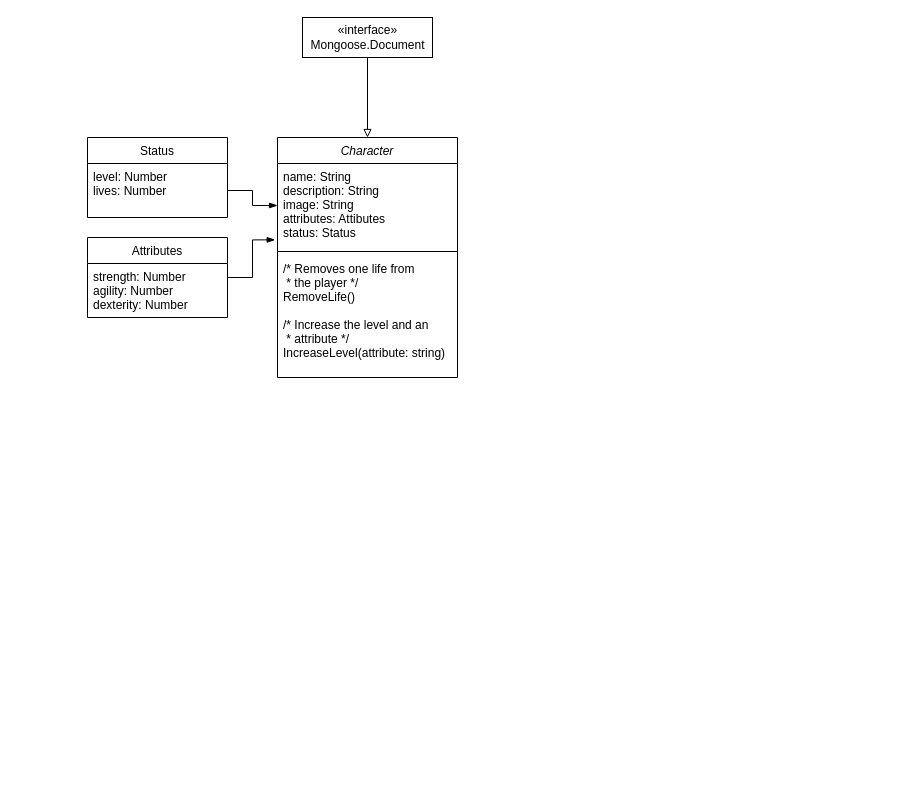
This is docs-src/assets/Diagrama-classes-personagens.drawio from Fdms-3741/AdventureGame, a draw.io file, before an edit. Source tidied: cells renumbered, new cells numbered last; positions are measured from the earlier drawing's top-left corner, leaving out a move shared by most shapes. Both pictures are drawn from the tidied source at 100%, with x=0, y=0 at pixel (87, 17).
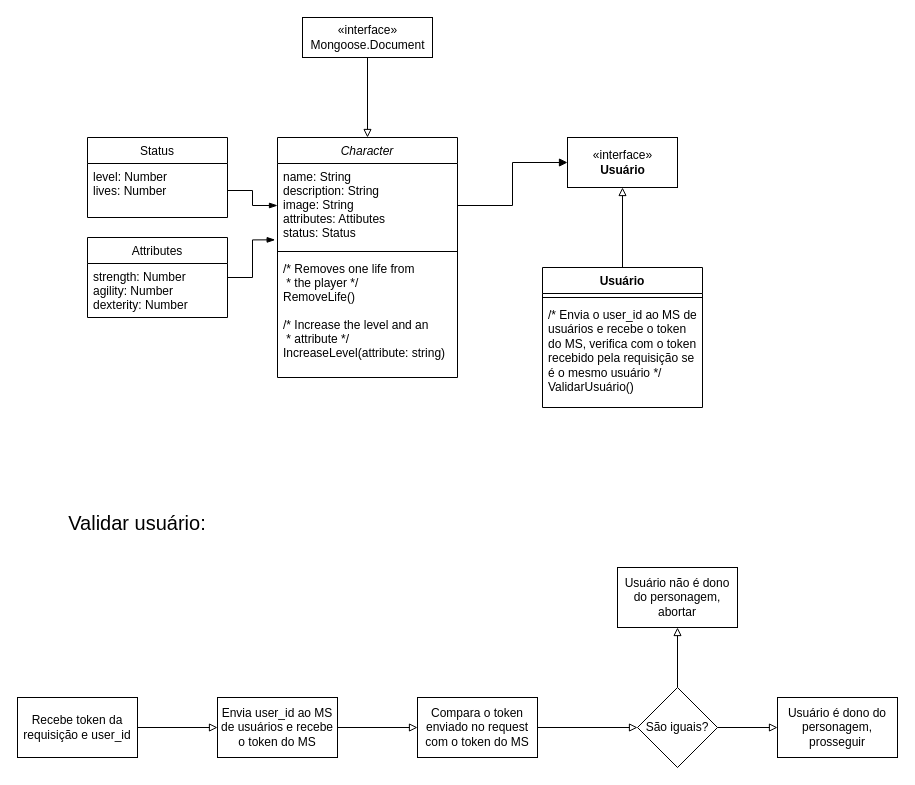
The same page after the edit.

Commit message (it also covers changes not shown here):
Implementa User, interfaces e teste

Unchanged cells that the change refers to:
```xml
<mxCell id="3" value="name: String&#10;description: String&#10;image: String&#10;attributes: Attibutes&#10;status: Status&#10;&#10;" style="text;align=left;verticalAlign=top;spacingLeft=4;spacingRight=4;overflow=hidden;points=[[0,0.5],[1,0.5]];portConstraint=eastwest;" parent="2" vertex="1">
  <mxGeometry y="26" width="180" height="84" as="geometry" />
</mxCell>
```

The edit, as a diff of the source:
```diff
@@
+    <mxCell id="14" style="edgeStyle=orthogonalEdgeStyle;rounded=0;html=1;endArrow=block;endFill=0;" parent="1" edge="1" source="15" target="18">
+      <mxGeometry relative="1" as="geometry" />
+    </mxCell>
+    <mxCell id="15" value="Usuário" style="swimlane;fontStyle=1;align=center;verticalAlign=top;horizontal=1;startSize=26;" parent="1" vertex="1">
+      <mxGeometry x="455" y="250" width="160" height="140" as="geometry" />
+    </mxCell>
+    <mxCell id="16" style="line;strokeWidth=1;fillColor=none;align=left;verticalAlign=middle;spacingTop=-1;spacingLeft=3;spacingRight=3;labelPosition=right;" parent="15" vertex="1">
+      <mxGeometry y="26" width="160" height="8" as="geometry" />
+    </mxCell>
+    <mxCell id="17" value="/* Envia o user_id ao MS de usuários e recebe o token do MS, verifica com o token recebido pela requisição se é o mesmo usuário */&#10;ValidarUsuário()" style="text;strokeColor=none;fillColor=none;align=left;verticalAlign=top;spacingLeft=4;spacingRight=4;overflow=hidden;whiteSpace=wrap;" parent="15" vertex="1">
+      <mxGeometry y="34" width="160" height="106" as="geometry" />
+    </mxCell>
+    <mxCell id="18" value="«interface»&lt;br&gt;&lt;b&gt;Usuário&lt;/b&gt;" style="html=1;" parent="1" vertex="1">
+      <mxGeometry x="480" y="120" width="110" height="50" as="geometry" />
+    </mxCell>
+    <mxCell id="19" style="edgeStyle=orthogonalEdgeStyle;html=1;entryX=0;entryY=0.5;entryDx=0;entryDy=0;rounded=0;endArrow=block;endFill=1;" parent="1" edge="1" source="3" target="18">
+      <mxGeometry relative="1" as="geometry" />
+    </mxCell>
+    <mxCell id="20" style="edgeStyle=orthogonalEdgeStyle;rounded=0;html=1;endArrow=block;endFill=0;" parent="1" edge="1" source="21" target="23">
+      <mxGeometry relative="1" as="geometry" />
+    </mxCell>
+    <mxCell id="21" value="Recebe token da requisição e user_id" style="rounded=0;whiteSpace=wrap;html=1;" parent="1" vertex="1">
+      <mxGeometry x="-70" y="680" width="120" height="60" as="geometry" />
+    </mxCell>
+    <mxCell id="22" style="edgeStyle=orthogonalEdgeStyle;rounded=0;html=1;endArrow=block;endFill=0;" parent="1" edge="1" source="23" target="25">
+      <mxGeometry relative="1" as="geometry" />
+    </mxCell>
+    <mxCell id="23" value="Envia user_id ao MS de usuários e recebe o token do MS" style="whiteSpace=wrap;html=1;rounded=0;" parent="1" vertex="1">
+      <mxGeometry x="130" y="680" width="120" height="60" as="geometry" />
+    </mxCell>
+    <mxCell id="24" style="edgeStyle=orthogonalEdgeStyle;rounded=0;html=1;endArrow=block;endFill=0;" parent="1" edge="1" source="25" target="28">
+      <mxGeometry relative="1" as="geometry" />
+    </mxCell>
+    <mxCell id="25" value="Compara o token enviado no request com o token do MS" style="whiteSpace=wrap;html=1;rounded=0;" parent="1" vertex="1">
+      <mxGeometry x="330" y="680" width="120" height="60" as="geometry" />
+    </mxCell>
+    <mxCell id="26" style="edgeStyle=orthogonalEdgeStyle;rounded=0;html=1;endArrow=block;endFill=0;" parent="1" edge="1" source="28" target="29">
+      <mxGeometry relative="1" as="geometry" />
+    </mxCell>
+    <mxCell id="27" style="edgeStyle=orthogonalEdgeStyle;rounded=0;html=1;endArrow=block;endFill=0;" parent="1" edge="1" source="28" target="30">
+      <mxGeometry relative="1" as="geometry" />
+    </mxCell>
+    <mxCell id="28" value="São iguais?" style="rhombus;whiteSpace=wrap;html=1;rounded=0;" parent="1" vertex="1">
+      <mxGeometry x="550" y="670" width="80" height="80" as="geometry" />
+    </mxCell>
+    <mxCell id="29" value="Usuário não é dono do personagem, abortar" style="whiteSpace=wrap;html=1;rounded=0;" parent="1" vertex="1">
+      <mxGeometry x="530" y="550" width="120" height="60" as="geometry" />
+    </mxCell>
+    <mxCell id="30" value="Usuário é dono do personagem, prosseguir" style="whiteSpace=wrap;html=1;rounded=0;" parent="1" vertex="1">
+      <mxGeometry x="690" y="680" width="120" height="60" as="geometry" />
+    </mxCell>
+    <mxCell id="31" value="&lt;font style=&quot;font-size: 20px&quot;&gt;Validar usuário:&lt;/font&gt;" style="text;html=1;strokeColor=none;fillColor=none;align=center;verticalAlign=middle;whiteSpace=wrap;rounded=0;" parent="1" vertex="1">
+      <mxGeometry x="-70" y="490" width="240" height="30" as="geometry" />
+    </mxCell>
```
